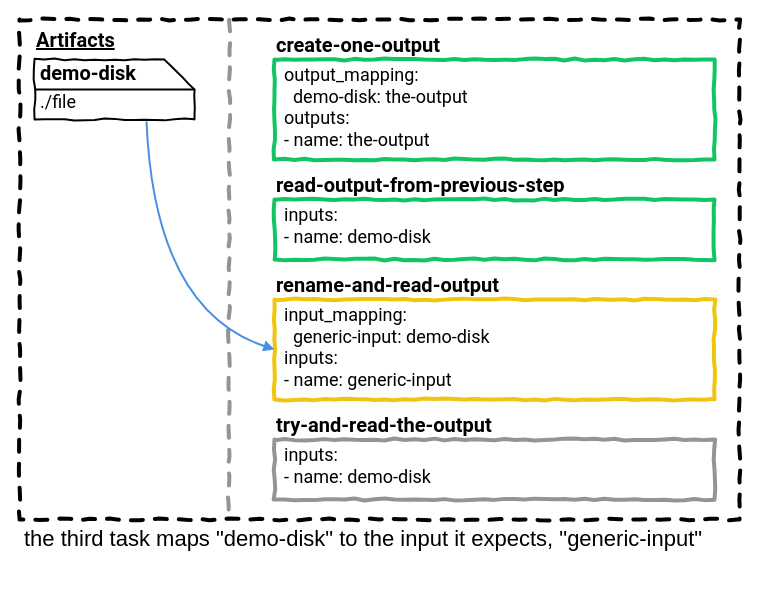
taylorsilva/posts keeps this draw.io diagram as page "04" (4 of 5) of tasks-inputs-101/diagrams/example-three/example-three.drawio. Above is the earlier version. Source tidied: cells renumbered, new cells numbered last; positions are measured from the earlier drawing's top-left corner, leaving out a move shared by most shapes. Both pictures are drawn from the tidied source at 100%, with x=0, y=0 at pixel (19, 19).
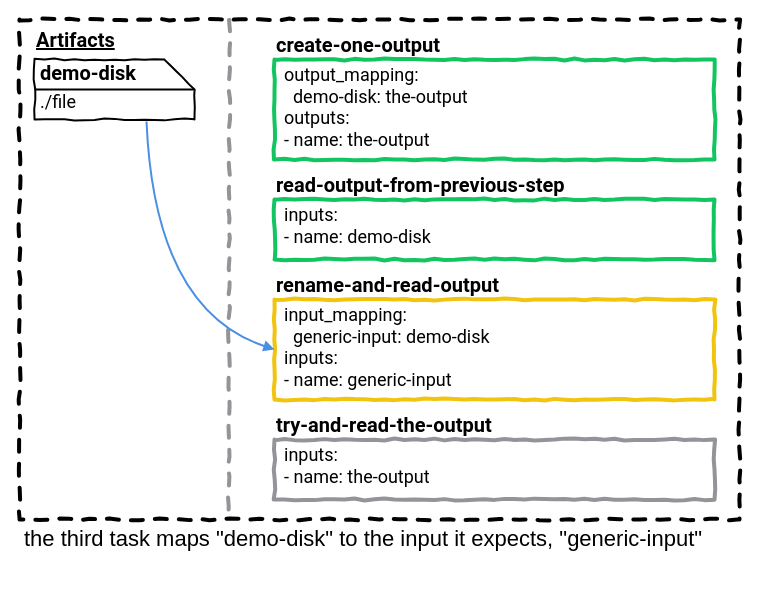
The same diagram, later.

Unchanged cells that the change refers to:
```xml
<mxCell id="15" style="group;" parent="1" vertex="1">
  <mxGeometry x="255" y="420" width="440" height="60" as="geometry" />
</mxCell>
```

The edit, as a diff of the source:
```diff
@@
-    <mxCell id="17" value="inputs:&lt;br&gt;- name: demo-disk" style="text;strokeColor=none;fillColor=none;align=left;verticalAlign=top;rounded=0;comic=1;fontFamily=Roboto;fontSize=18;spacing=0;labelPosition=center;verticalLabelPosition=middle;html=1;" parent="15" vertex="1">
+    <mxCell id="17" value="inputs:&lt;br&gt;- name: the-output" style="text;strokeColor=none;fillColor=none;align=left;verticalAlign=top;rounded=0;comic=1;fontFamily=Roboto;fontSize=18;spacing=0;labelPosition=center;verticalLabelPosition=middle;html=1;" parent="15" vertex="1">
       <mxGeometry x="10" width="190" height="60" as="geometry" />
     </mxCell>
```
